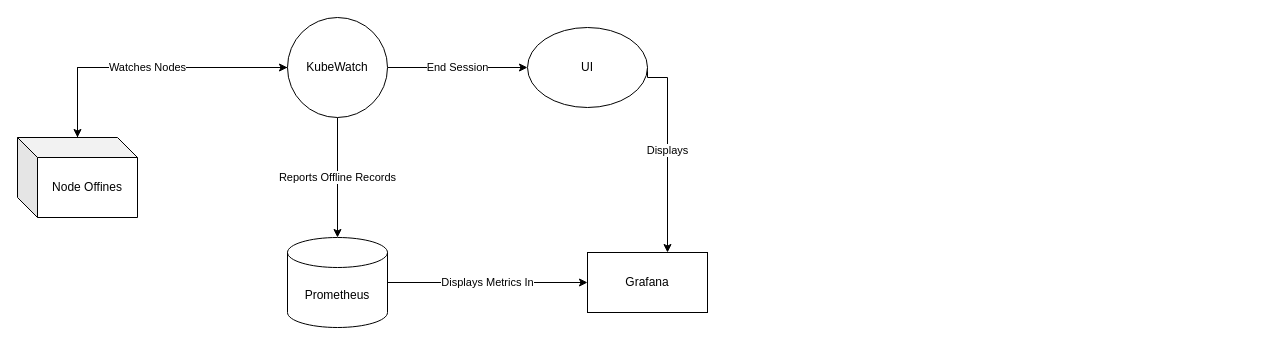
This is page "NodeOffline" (7 of 7) of flophub.drawio from flophub/docs, a draw.io file, before an edit. Source tidied: cells renumbered, new cells numbered last; positions are measured from the earlier drawing's top-left corner, leaving out a move shared by most shapes. Both pictures are drawn from the tidied source at 100%, with x=0, y=0 at pixel (17, 17).
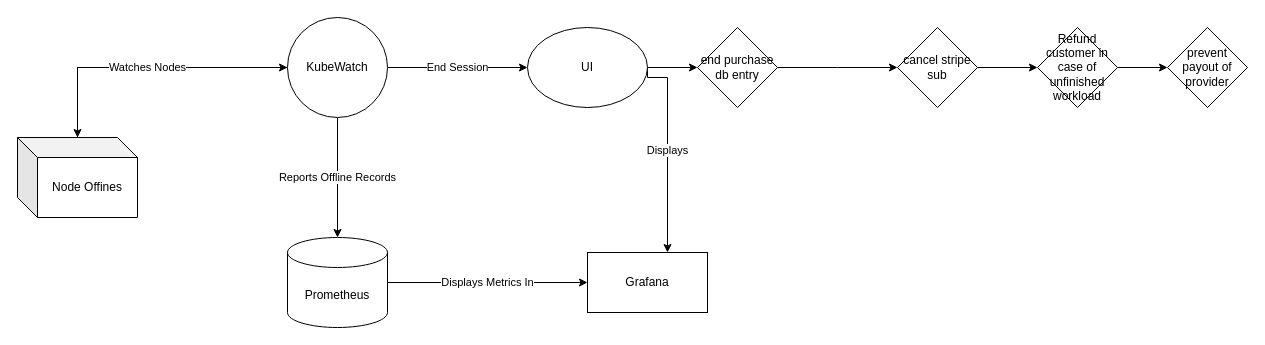
The same diagram, later.

Commit message:
add-more-provider-offline-consequences

Unchanged cells that the change refers to:
```xml
<mxCell id="5" value="UI" style="ellipse;whiteSpace=wrap;html=1;" parent="1" vertex="1">
  <mxGeometry x="510" y="10" width="120" height="80" as="geometry" />
</mxCell>
```

Change to the diagram source:
```diff
@@
+    <mxCell id="13" style="edgeStyle=orthogonalEdgeStyle;rounded=0;jettySize=auto;html=1;exitX=1;exitY=0.5;exitDx=0;exitDy=0;" parent="1" edge="1" source="17" target="16">
+      <mxGeometry relative="1" as="geometry">
+        <Array as="points">
+          <mxPoint x="820" y="50" />
+          <mxPoint x="820" y="50" />
+        </Array>
+      </mxGeometry>
+    </mxCell>
+    <mxCell id="14" style="edgeStyle=orthogonalEdgeStyle;rounded=0;jettySize=auto;html=1;" parent="1" edge="1" source="5" target="17">
+      <mxGeometry relative="1" as="geometry" />
+    </mxCell>
+    <mxCell id="15" style="edgeStyle=orthogonalEdgeStyle;rounded=0;jettySize=auto;html=1;exitX=1;exitY=0.5;exitDx=0;exitDy=0;" parent="1" edge="1" source="16" target="19">
+      <mxGeometry relative="1" as="geometry" />
+    </mxCell>
@@
+    <mxCell id="16" value="cancel stripe sub" style="rhombus;whiteSpace=wrap;html=1;" parent="1" vertex="1">
+      <mxGeometry x="880" y="10" width="80" height="80" as="geometry" />
+    </mxCell>
+    <mxCell id="17" value="end purchase db entry" style="rhombus;whiteSpace=wrap;html=1;" parent="1" vertex="1">
+      <mxGeometry x="680" y="10" width="80" height="80" as="geometry" />
+    </mxCell>
+    <mxCell id="18" style="edgeStyle=orthogonalEdgeStyle;rounded=0;jettySize=auto;html=1;" parent="1" edge="1" source="19" target="20">
+      <mxGeometry relative="1" as="geometry" />
+    </mxCell>
+    <mxCell id="19" value="Refund customer in case of unfinished workload" style="rhombus;whiteSpace=wrap;html=1;" parent="1" vertex="1">
+      <mxGeometry x="1020" y="10" width="80" height="80" as="geometry" />
+    </mxCell>
+    <mxCell id="20" value="prevent payout of provider" style="rhombus;whiteSpace=wrap;html=1;" parent="1" vertex="1">
+      <mxGeometry x="1150" y="10" width="80" height="80" as="geometry" />
+    </mxCell>
```
